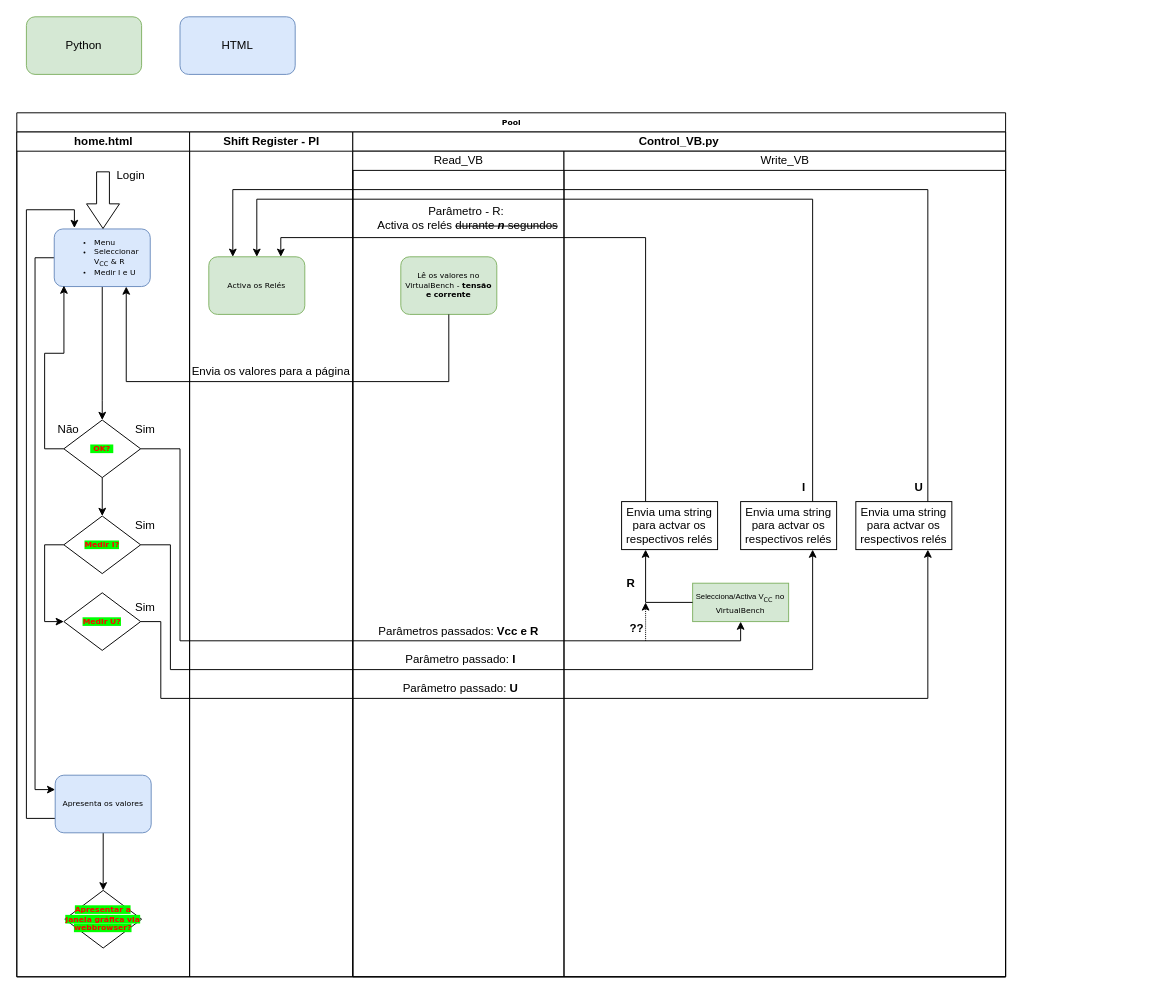
Earlier version of the draw.io diagram diagramas/Diagrama_RENOMEAR.drawio (eddygrinder/Unnamed-Thesis_PCCode). Source tidied: cells renumbered, new cells numbered last; positions are measured from the earlier drawing's top-left corner, leaving out a move shared by most shapes. Both pictures are drawn from the tidied source at 96%, with x=0, y=0 at pixel (16, 16).
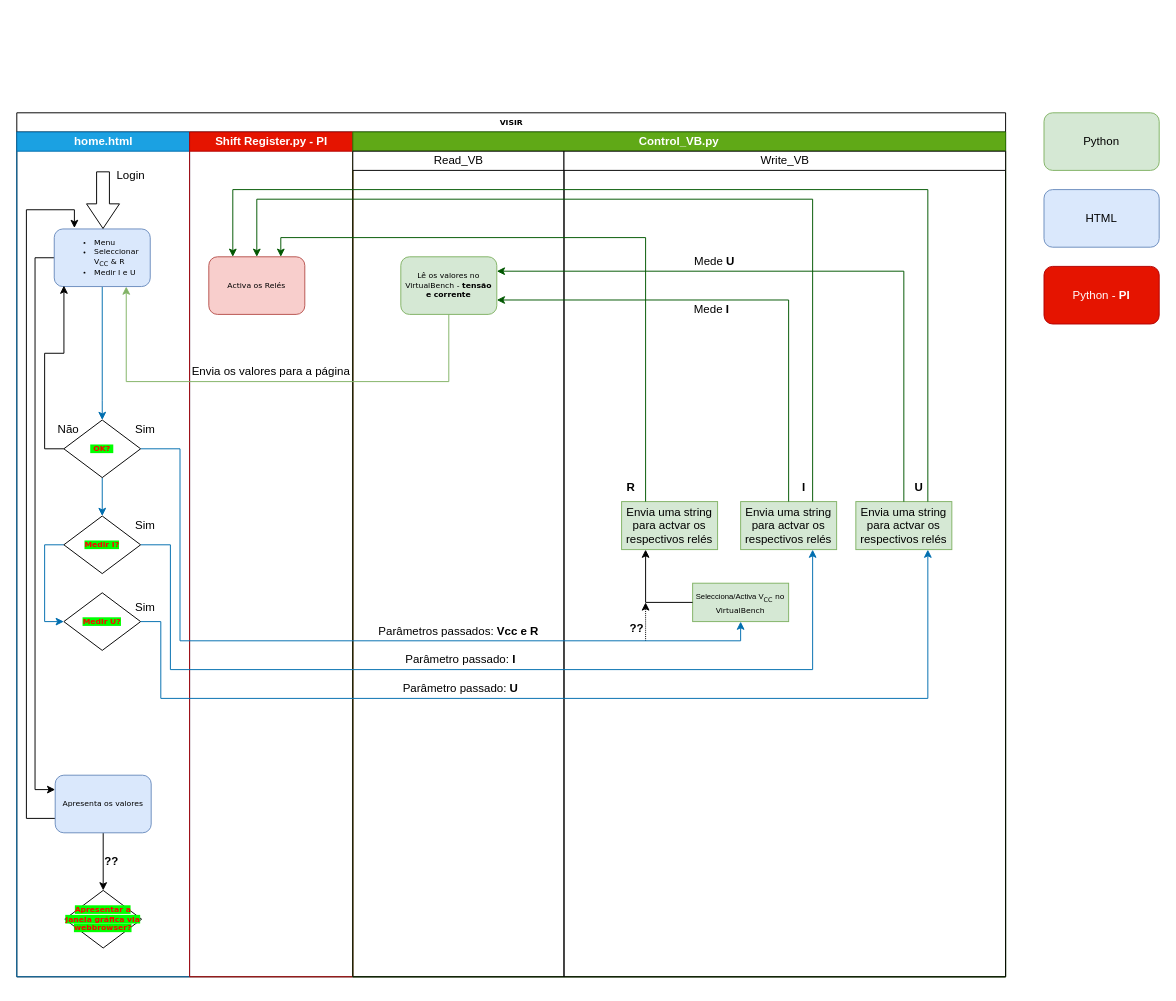
After the change.

The change refers to these unchanged cells:
```xml
<mxCell id="6" value="&lt;div align=&quot;left&quot;&gt;&lt;ul&gt;&lt;li&gt;Menu&lt;/li&gt;&lt;li&gt;Seleccionar V&lt;sub&gt;CC&lt;/sub&gt;&amp;nbsp;&amp;amp; R&lt;/li&gt;&lt;li&gt;Medir I e U&lt;/li&gt;&lt;/ul&gt;&lt;/div&gt;" style="rounded=1;whiteSpace=wrap;html=1;shadow=0;labelBackgroundColor=none;strokeWidth=1;fontFamily=Verdana;fontSize=8;align=left;fillColor=#dae8fc;strokeColor=#6c8ebf;" parent="3" vertex="1">
  <mxGeometry x="39" y="101" width="100" height="60" as="geometry" />
</mxCell>
<mxCell id="8" value="&lt;font color=&quot;#ff0000&quot;&gt;&lt;span style=&quot;background-color: rgb(0, 255, 0);&quot;&gt;&lt;b&gt;&amp;nbsp;OK?&amp;nbsp; &lt;br&gt;&lt;/b&gt;&lt;/span&gt;&lt;/font&gt;" style="rhombus;whiteSpace=wrap;html=1;rounded=0;shadow=0;labelBackgroundColor=none;strokeWidth=1;fontFamily=Verdana;fontSize=8;align=center;" parent="3" vertex="1">
  <mxGeometry x="49" y="300" width="80" height="60" as="geometry" />
</mxCell>
<mxCell id="16" value="&lt;font color=&quot;#ff0000&quot;&gt;&lt;span style=&quot;background-color: rgb(0, 255, 0);&quot;&gt;&lt;b&gt;Medir I?&lt;br&gt;&lt;/b&gt;&lt;/span&gt;&lt;/font&gt;" style="rhombus;whiteSpace=wrap;html=1;rounded=0;shadow=0;labelBackgroundColor=none;strokeWidth=1;fontFamily=Verdana;fontSize=8;align=center;" parent="3" vertex="1">
  <mxGeometry x="49" y="400" width="80" height="60" as="geometry" />
</mxCell>
<mxCell id="17" value="&lt;font color=&quot;#ff0000&quot;&gt;&lt;span style=&quot;background-color: rgb(0, 255, 0);&quot;&gt;&lt;b&gt;Medir U?&lt;br&gt;&lt;/b&gt;&lt;/span&gt;&lt;/font&gt;" style="rhombus;whiteSpace=wrap;html=1;rounded=0;shadow=0;labelBackgroundColor=none;strokeWidth=1;fontFamily=Verdana;fontSize=8;align=center;" parent="3" vertex="1">
  <mxGeometry x="49" y="480" width="80" height="60" as="geometry" />
</mxCell>
<mxCell id="29" value="&lt;span style=&quot;font-weight: normal;&quot;&gt;Read_VB&lt;/span&gt;" style="swimlane;html=1;startSize=20;" parent="28" vertex="1">
  <mxGeometry y="20" width="220" height="860" as="geometry" />
</mxCell>
<mxCell id="30" value="&lt;div&gt;Lê os valores no VirtualBench -&lt;b&gt; tensão e corrente&lt;/b&gt;&lt;/div&gt;" style="rounded=1;whiteSpace=wrap;html=1;shadow=0;labelBackgroundColor=none;strokeWidth=1;fontFamily=Verdana;fontSize=8;align=center;fillColor=#d5e8d4;strokeColor=#82b366;" parent="29" vertex="1">
  <mxGeometry x="50" y="110" width="100" height="60" as="geometry" />
</mxCell>
<mxCell id="35" value="&lt;span style=&quot;font-weight: normal;&quot;&gt;Write_VB&lt;/span&gt;" style="swimlane;html=1;startSize=20;" parent="28" vertex="1">
  <mxGeometry x="220" y="20" width="460" height="860" as="geometry" />
</mxCell>
<mxCell id="38" value="&lt;font style=&quot;font-size: 8px;&quot;&gt;Selecciona/Activa V&lt;sub style=&quot;border-color: var(--border-color); font-family: Verdana;&quot;&gt;CC&lt;/sub&gt;&lt;span style=&quot;font-family: Verdana;&quot;&gt;&amp;nbsp;no VirtualBench&lt;/span&gt;&lt;/font&gt;" style="whiteSpace=wrap;html=1;fillColor=#d5e8d4;strokeColor=#82b366;" parent="35" vertex="1">
  <mxGeometry x="134" y="450" width="100" height="40" as="geometry" />
</mxCell>
```

What changed in the source:
```diff
@@
-    <mxCell id="2" value="Pool" style="swimlane;html=1;startSize=20;rounded=0;shadow=0;labelBackgroundColor=none;strokeWidth=1;fontFamily=Verdana;fontSize=8;align=center;glass=0;" parent="1" vertex="1">
+    <mxCell id="2" value="VISIR" style="swimlane;html=1;startSize=20;rounded=0;shadow=0;labelBackgroundColor=none;strokeWidth=1;fontFamily=Verdana;fontSize=8;align=center;glass=0;" parent="1" vertex="1">
       <mxGeometry y="100" width="1030" height="900" as="geometry" />
     </mxCell>
-    <mxCell id="3" value="home.html" style="swimlane;html=1;startSize=20;" parent="2" vertex="1">
+    <mxCell id="3" value="home.html" style="swimlane;html=1;startSize=20;fillColor=#1ba1e2;fontColor=#ffffff;strokeColor=#006EAF;" parent="2" vertex="1">
       <mxGeometry y="20" width="180" height="880" as="geometry" />
     </mxCell>
@@
-    <mxCell id="5" style="edgeStyle=orthogonalEdgeStyle;rounded=0;jettySize=auto;html=1;entryX=0.5;entryY=0;entryDx=0;entryDy=0;" parent="3" edge="1" source="6" target="8">
+    <mxCell id="5" style="edgeStyle=orthogonalEdgeStyle;rounded=0;jettySize=auto;html=1;entryX=0.5;entryY=0;entryDx=0;entryDy=0;fillColor=#1ba1e2;strokeColor=#006EAF;" parent="3" edge="1" source="6" target="8">
       <mxGeometry relative="1" as="geometry">
         <Array as="points">
           <mxPoint x="89" y="280" />
           <mxPoint x="89" y="280" />
         </Array>
       </mxGeometry>
     </mxCell>
@@
-    <mxCell id="7" style="edgeStyle=orthogonalEdgeStyle;rounded=0;jettySize=auto;html=1;" parent="3" edge="1" source="8" target="16">
+    <mxCell id="7" style="edgeStyle=orthogonalEdgeStyle;rounded=0;jettySize=auto;html=1;fillColor=#1ba1e2;strokeColor=#006EAF;" parent="3" edge="1" source="8" target="16">
       <mxGeometry relative="1" as="geometry" />
     </mxCell>
@@
-    <mxCell id="15" style="edgeStyle=orthogonalEdgeStyle;rounded=0;jettySize=auto;html=1;exitX=0;exitY=0.5;exitDx=0;exitDy=0;entryX=0;entryY=0.5;entryDx=0;entryDy=0;" parent="3" edge="1" source="16" target="17">
+    <mxCell id="15" style="edgeStyle=orthogonalEdgeStyle;rounded=0;jettySize=auto;html=1;exitX=0;exitY=0.5;exitDx=0;exitDy=0;entryX=0;entryY=0.5;entryDx=0;entryDy=0;fillColor=#1ba1e2;strokeColor=#006EAF;" parent="3" edge="1" source="16" target="17">
       <mxGeometry relative="1" as="geometry" />
     </mxCell>
@@
+    <mxCell id="55" value="&lt;div&gt;&lt;b&gt;??&lt;/b&gt;&lt;/div&gt;" style="text;html=1;strokeColor=none;fillColor=none;align=center;verticalAlign=middle;whiteSpace=wrap;rounded=0;" parent="3" vertex="1">
+      <mxGeometry x="89" y="750" width="20" height="20" as="geometry" />
+    </mxCell>
@@
-    <mxCell id="24" value="Shift Register - PI" style="swimlane;html=1;startSize=20;" parent="2" vertex="1">
+    <mxCell id="24" value="Shift Register.py - PI" style="swimlane;html=1;startSize=20;fillColor=#e51400;fontColor=#ffffff;strokeColor=#B20000;" parent="2" vertex="1">
       <mxGeometry x="180" y="20" width="170" height="880" as="geometry" />
     </mxCell>
-    <mxCell id="25" value="Activa os Relés" style="rounded=1;whiteSpace=wrap;html=1;shadow=0;labelBackgroundColor=none;strokeWidth=1;fontFamily=Verdana;fontSize=8;align=center;fillColor=#d5e8d4;strokeColor=#82b366;" parent="24" vertex="1">
+    <mxCell id="25" value="Activa os Relés" style="rounded=1;whiteSpace=wrap;html=1;shadow=0;labelBackgroundColor=none;strokeWidth=1;fontFamily=Verdana;fontSize=8;align=center;fillColor=#f8cecc;strokeColor=#b85450;" parent="24" vertex="1">
       <mxGeometry x="20" y="130" width="100" height="60" as="geometry" />
     </mxCell>
@@
-    <mxCell id="28" value="Control_VB.py" style="swimlane;whiteSpace=wrap;html=1;startSize=20;" parent="2" vertex="1">
+    <mxCell id="28" value="Control_VB.py" style="swimlane;whiteSpace=wrap;html=1;startSize=20;fillColor=#60a917;fontColor=#ffffff;strokeColor=#2D7600;" parent="2" vertex="1">
       <mxGeometry x="350" y="20" width="680" height="880" as="geometry" />
     </mxCell>
@@
-    <mxCell id="31" value="&lt;div&gt;Parâmetro -&amp;nbsp;&lt;span style=&quot;background-color: initial;&quot;&gt;R:&amp;nbsp;&lt;/span&gt;&lt;/div&gt;&lt;div&gt;&lt;span style=&quot;background-color: initial;&quot;&gt;Activa os relés &lt;strike&gt;durante &lt;b&gt;&lt;i&gt;n&lt;/i&gt;&lt;/b&gt; segundos&lt;/strike&gt;&lt;/span&gt;&lt;/div&gt;" style="text;html=1;strokeColor=none;fillColor=none;align=center;verticalAlign=middle;whiteSpace=wrap;rounded=0;" parent="29" vertex="1">
-      <mxGeometry x="20" y="60" width="200" height="20" as="geometry" />
-    </mxCell>
@@
     <mxCell id="36" value="&lt;div&gt;&lt;b&gt;R&lt;/b&gt;&lt;/div&gt;" style="text;html=1;strokeColor=none;fillColor=none;align=center;verticalAlign=middle;whiteSpace=wrap;rounded=0;" parent="35" vertex="1">
-      <mxGeometry x="60" y="440" width="20" height="20" as="geometry" />
+      <mxGeometry x="60" y="340" width="20" height="20" as="geometry" />
     </mxCell>
-    <mxCell id="37" value="Envia uma string para actvar os respectivos relés" style="whiteSpace=wrap;html=1;" parent="35" vertex="1">
+    <mxCell id="37" value="Envia uma string para actvar os respectivos relés" style="whiteSpace=wrap;html=1;fillColor=#d5e8d4;strokeColor=#82b366;" parent="35" vertex="1">
       <mxGeometry x="60" y="365" width="100" height="50" as="geometry" />
     </mxCell>
@@
-    <mxCell id="40" value="Envia uma string para actvar os respectivos relés" style="whiteSpace=wrap;html=1;" parent="35" vertex="1">
+    <mxCell id="40" value="Envia uma string para actvar os respectivos relés" style="whiteSpace=wrap;html=1;fillColor=#d5e8d4;strokeColor=#82b366;" parent="35" vertex="1">
       <mxGeometry x="184" y="365" width="100" height="50" as="geometry" />
     </mxCell>
-    <mxCell id="41" value="Envia uma string para actvar os respectivos relés" style="whiteSpace=wrap;html=1;" parent="35" vertex="1">
+    <mxCell id="41" value="Envia uma string para actvar os respectivos relés" style="whiteSpace=wrap;html=1;fillColor=#d5e8d4;strokeColor=#82b366;" parent="35" vertex="1">
       <mxGeometry x="304" y="365" width="100" height="50" as="geometry" />
     </mxCell>
@@
+    <mxCell id="56" value="Mede &lt;b&gt;I&lt;/b&gt;" style="text;html=1;strokeColor=none;fillColor=none;align=center;verticalAlign=middle;whiteSpace=wrap;rounded=0;" parent="35" vertex="1">
+      <mxGeometry x="124" y="150" width="60" height="30" as="geometry" />
+    </mxCell>
+    <mxCell id="57" value="Mede &lt;b&gt;U&lt;/b&gt;" style="text;html=1;strokeColor=none;fillColor=none;align=center;verticalAlign=middle;whiteSpace=wrap;rounded=0;" parent="35" vertex="1">
+      <mxGeometry x="127" y="100" width="60" height="30" as="geometry" />
+    </mxCell>
+    <mxCell id="58" style="edgeStyle=orthogonalEdgeStyle;rounded=0;jettySize=auto;html=1;exitX=0.5;exitY=0;exitDx=0;exitDy=0;entryX=1;entryY=0.75;entryDx=0;entryDy=0;fillColor=#008a00;strokeColor=#005700;" parent="28" edge="1" source="40" target="30">
+      <mxGeometry relative="1" as="geometry" />
+    </mxCell>
+    <mxCell id="59" style="edgeStyle=orthogonalEdgeStyle;rounded=0;jettySize=auto;html=1;exitX=0.5;exitY=0;exitDx=0;exitDy=0;entryX=1;entryY=0.25;entryDx=0;entryDy=0;fillColor=#008a00;strokeColor=#005700;" parent="28" edge="1" source="41" target="30">
+      <mxGeometry relative="1" as="geometry" />
+    </mxCell>
-    <mxCell id="46" style="edgeStyle=orthogonalEdgeStyle;rounded=0;jettySize=auto;html=1;exitX=0.5;exitY=1;exitDx=0;exitDy=0;entryX=0.75;entryY=1;entryDx=0;entryDy=0;" parent="2" edge="1" source="30" target="6">
+    <mxCell id="46" style="edgeStyle=orthogonalEdgeStyle;rounded=0;jettySize=auto;html=1;exitX=0.5;exitY=1;exitDx=0;exitDy=0;entryX=0.75;entryY=1;entryDx=0;entryDy=0;fillColor=#d5e8d4;strokeColor=#82b366;" parent="2" edge="1" source="30" target="6">
       <mxGeometry relative="1" as="geometry">
         <Array as="points">
           <mxPoint x="450" y="280" />
           <mxPoint x="114" y="280" />
         </Array>
       </mxGeometry>
     </mxCell>
-    <mxCell id="47" style="edgeStyle=orthogonalEdgeStyle;rounded=0;jettySize=auto;html=1;entryX=0.75;entryY=0;entryDx=0;entryDy=0;exitX=0.25;exitY=0;exitDx=0;exitDy=0;" parent="2" edge="1" source="37" target="25">
+    <mxCell id="47" style="edgeStyle=orthogonalEdgeStyle;rounded=0;jettySize=auto;html=1;entryX=0.75;entryY=0;entryDx=0;entryDy=0;exitX=0.25;exitY=0;exitDx=0;exitDy=0;fillColor=#008a00;strokeColor=#005700;" parent="2" edge="1" source="37" target="25">
       <mxGeometry relative="1" as="geometry">
         <Array as="points">
           <mxPoint x="655" y="130" />
           <mxPoint x="275" y="130" />
         </Array>
       </mxGeometry>
     </mxCell>
-    <mxCell id="48" style="edgeStyle=orthogonalEdgeStyle;rounded=0;jettySize=auto;html=1;exitX=1;exitY=0.5;exitDx=0;exitDy=0;entryX=0.5;entryY=1;entryDx=0;entryDy=0;" parent="2" edge="1" source="8" target="38">
+    <mxCell id="48" style="edgeStyle=orthogonalEdgeStyle;rounded=0;jettySize=auto;html=1;exitX=1;exitY=0.5;exitDx=0;exitDy=0;entryX=0.5;entryY=1;entryDx=0;entryDy=0;fillColor=#1ba1e2;strokeColor=#006EAF;" parent="2" edge="1" source="8" target="38">
       <mxGeometry relative="1" as="geometry">
         <Array as="points">
           <mxPoint x="170" y="350" />
           <mxPoint x="170" y="550" />
           <mxPoint x="754" y="550" />
         </Array>
       </mxGeometry>
     </mxCell>
-    <mxCell id="49" style="edgeStyle=orthogonalEdgeStyle;rounded=0;jettySize=auto;html=1;exitX=1;exitY=0.5;exitDx=0;exitDy=0;entryX=0.75;entryY=1;entryDx=0;entryDy=0;" parent="2" edge="1" source="16" target="40">
+    <mxCell id="49" style="edgeStyle=orthogonalEdgeStyle;rounded=0;jettySize=auto;html=1;exitX=1;exitY=0.5;exitDx=0;exitDy=0;entryX=0.75;entryY=1;entryDx=0;entryDy=0;fillColor=#1ba1e2;strokeColor=#006EAF;" parent="2" edge="1" source="16" target="40">
       <mxGeometry relative="1" as="geometry">
         <Array as="points">
           <mxPoint x="160" y="450" />
           <mxPoint x="160" y="580" />
           <mxPoint x="829" y="580" />
         </Array>
       </mxGeometry>
     </mxCell>
-    <mxCell id="50" style="edgeStyle=orthogonalEdgeStyle;rounded=0;jettySize=auto;html=1;exitX=0.75;exitY=0;exitDx=0;exitDy=0;entryX=0.5;entryY=0;entryDx=0;entryDy=0;" parent="2" edge="1" source="40" target="25">
+    <mxCell id="50" style="edgeStyle=orthogonalEdgeStyle;rounded=0;jettySize=auto;html=1;exitX=0.75;exitY=0;exitDx=0;exitDy=0;entryX=0.5;entryY=0;entryDx=0;entryDy=0;fillColor=#008a00;strokeColor=#005700;" parent="2" edge="1" source="40" target="25">
       <mxGeometry relative="1" as="geometry">
         <Array as="points">
           <mxPoint x="829" y="90" />
           <mxPoint x="250" y="90" />
         </Array>
       </mxGeometry>
     </mxCell>
-    <mxCell id="51" style="edgeStyle=orthogonalEdgeStyle;rounded=0;jettySize=auto;html=1;exitX=1;exitY=0.5;exitDx=0;exitDy=0;entryX=0.75;entryY=1;entryDx=0;entryDy=0;" parent="2" edge="1" source="17" target="41">
+    <mxCell id="51" style="edgeStyle=orthogonalEdgeStyle;rounded=0;jettySize=auto;html=1;exitX=1;exitY=0.5;exitDx=0;exitDy=0;entryX=0.75;entryY=1;entryDx=0;entryDy=0;fillColor=#1ba1e2;strokeColor=#006EAF;" parent="2" edge="1" source="17" target="41">
       <mxGeometry relative="1" as="geometry">
         <Array as="points">
           <mxPoint x="150" y="530" />
           <mxPoint x="150" y="610" />
           <mxPoint x="949" y="610" />
         </Array>
       </mxGeometry>
     </mxCell>
-    <mxCell id="52" style="edgeStyle=orthogonalEdgeStyle;rounded=0;jettySize=auto;html=1;exitX=0.75;exitY=0;exitDx=0;exitDy=0;entryX=0.25;entryY=0;entryDx=0;entryDy=0;" parent="2" edge="1" source="41" target="25">
+    <mxCell id="52" style="edgeStyle=orthogonalEdgeStyle;rounded=0;jettySize=auto;html=1;exitX=0.75;exitY=0;exitDx=0;exitDy=0;entryX=0.25;entryY=0;entryDx=0;entryDy=0;fillColor=#008a00;strokeColor=#005700;" parent="2" edge="1" source="41" target="25">
       <mxGeometry relative="1" as="geometry">
         <Array as="points">
           <mxPoint x="949" y="80" />
           <mxPoint x="225" y="80" />
         </Array>
       </mxGeometry>
     </mxCell>
     <mxCell id="53" value="Python" style="rounded=1;whiteSpace=wrap;html=1;fillColor=#d5e8d4;strokeColor=#82b366;" parent="1" vertex="1">
-      <mxGeometry x="10" width="120" height="60" as="geometry" />
+      <mxGeometry x="1070" y="100" width="120" height="60" as="geometry" />
     </mxCell>
     <mxCell id="54" value="HTML" style="rounded=1;whiteSpace=wrap;html=1;fillColor=#dae8fc;strokeColor=#6c8ebf;shadow=0;" parent="1" vertex="1">
-      <mxGeometry x="170" width="120" height="60" as="geometry" />
+      <mxGeometry x="1070" y="180" width="120" height="60" as="geometry" />
     </mxCell>
+    <mxCell id="60" value="Python - &lt;b&gt;PI&lt;/b&gt;" style="rounded=1;whiteSpace=wrap;html=1;fillColor=#e51400;strokeColor=#B20000;fontColor=#ffffff;" parent="1" vertex="1">
+      <mxGeometry x="1070" y="260" width="120" height="60" as="geometry" />
+    </mxCell>
```
